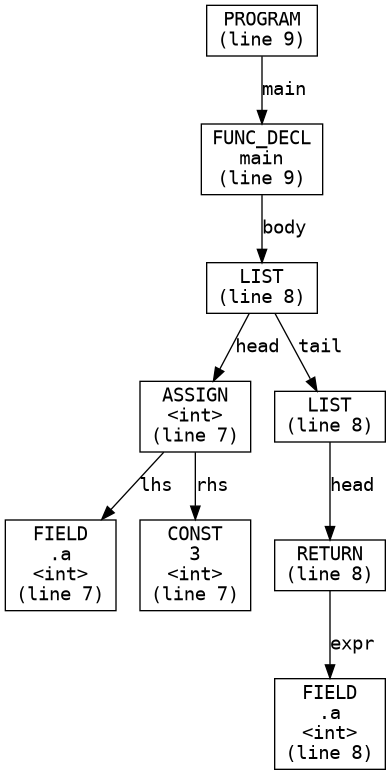
Earlier version of the Graphviz export codegen/ast.png (kalamakis/Cpp-compiler). Its source is kept beside it as codegen/ast.dot.
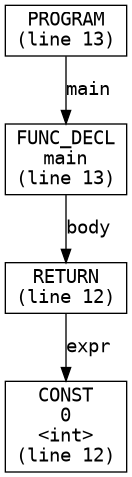
After the change.

Diff of the diagram source:
```diff
@@ -1,21 +1,11 @@
 digraph AST {
   node [shape=box, fontname="Courier"];
   edge [fontname="Courier"];
-  n0 [label="PROGRAM\n(line 9)"];
-  n1 [label="FUNC_DECL\nmain\n(line 9)"];
-  n2 [label="LIST\n(line 8)"];
-  n3 [label="ASSIGN\n<int>\n(line 7)"];
-  n4 [label="FIELD\n.a\n<int>\n(line 7)"];
-  n3 -> n4 [label="lhs"];
-  n5 [label="CONST\n3\n<int>\n(line 7)"];
-  n3 -> n5 [label="rhs"];
-  n2 -> n3 [label="head"];
-  n6 [label="LIST\n(line 8)"];
-  n7 [label="RETURN\n(line 8)"];
-  n8 [label="FIELD\n.a\n<int>\n(line 8)"];
-  n7 -> n8 [label="expr"];
-  n6 -> n7 [label="head"];
-  n2 -> n6 [label="tail"];
+  n0 [label="PROGRAM\n(line 13)"];
+  n1 [label="FUNC_DECL\nmain\n(line 13)"];
+  n2 [label="RETURN\n(line 12)"];
+  n3 [label="CONST\n0\n<int>\n(line 12)"];
+  n2 -> n3 [label="expr"];
   n1 -> n2 [label="body"];
   n0 -> n1 [label="main"];
 }
```
